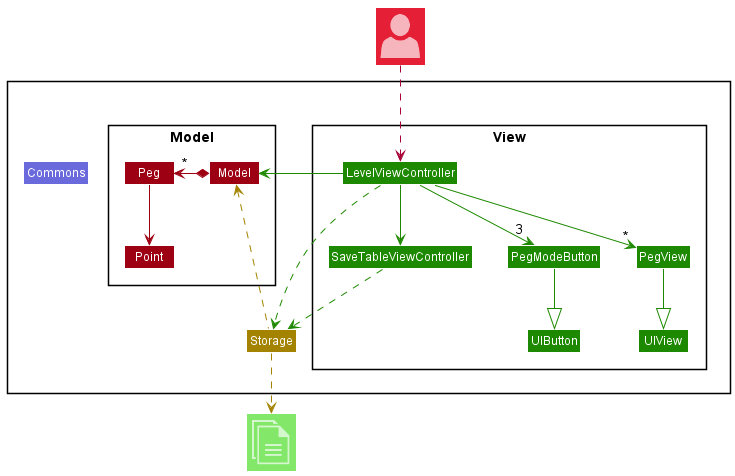
Above: docs/ArchitectureLevel.png in ong-yinggao98/NotPeggle (PlantUML), before the change. Its diagram source:
```plantuml
@startuml
!include <office/Concepts/globe_internet>
!include <office/Concepts/documents>
!include <office/Users/user>
!include style.puml

Package " "<<Rectangle>>{
    Class Storage STORAGE_COLOR
    Class Commons LOGIC_COLOR_T2

    Package View <<rectangle>> {
        class SaveTableViewController UI_COLOR
        class LevelViewController UI_COLOR
                class UIButton UI_COLOR
        class UIView UI_COLOR
        class PegModeButton UI_COLOR
        class PegView UI_COLOR
    }

    Package Model <<rectangle>> {
        class Model MODEL_COLOR
        class Peg MODEL_COLOR
        class Point MODEL_COLOR
    }

}

Class "<$user>" as User MODEL_COLOR_T2
Class "<$documents>" as File UI_COLOR_T1

LevelViewController -down[UI_COLOR]-> "*" PegView
LevelViewController -down[UI_COLOR]-> "3" PegModeButton
LevelViewController -down[UI_COLOR]-> SaveTableViewController

SaveTableViewController .down[UI_COLOR]->Storage
LevelViewController .-down[UI_COLOR]-> Storage
LevelViewController -[UI_COLOR]> Model
PegModeButton -down[UI_COLOR]-|> UIButton
PegView -down[UI_COLOR]-|> UIView

Storage .up[STORAGE_COLOR]->Model

Model *-left[MODEL_COLOR]-> "*" Peg
Peg -down[MODEL_COLOR]-> Point

Storage .down[STORAGE_COLOR].>File
User ..> LevelViewController
@enduml
```
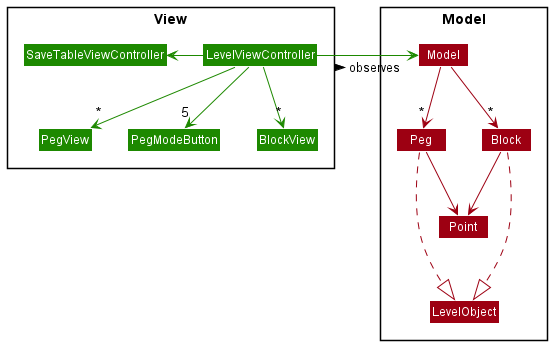
After the change.

Commit message:
Update LevelDesigner architecture diagram

Change to the diagram source:
```diff
@@ -4,45 +4,34 @@
 !include <office/Users/user>
 !include style.puml
 
-Package " "<<Rectangle>>{
-    Class Storage STORAGE_COLOR
-    Class Commons LOGIC_COLOR_T2
-
-    Package View <<rectangle>> {
-        class SaveTableViewController UI_COLOR
-        class LevelViewController UI_COLOR
-                class UIButton UI_COLOR
-        class UIView UI_COLOR
-        class PegModeButton UI_COLOR
-        class PegView UI_COLOR
-    }
-
-    Package Model <<rectangle>> {
-        class Model MODEL_COLOR
-        class Peg MODEL_COLOR
-        class Point MODEL_COLOR
-    }
-
+Package View <<rectangle>> {
+    class LevelViewController UI_COLOR
+    class PegView UI_COLOR
+    class SaveTableViewController UI_COLOR
+    class PegModeButton UI_COLOR
+    class BlockView UI_COLOR
 }
 
-Class "<$user>" as User MODEL_COLOR_T2
-Class "<$documents>" as File UI_COLOR_T1
+Package Model <<rectangle>> {
+    class Model MODEL_COLOR
+    class Peg MODEL_COLOR
+    class LevelObject MODEL_COLOR
+    class Block MODEL_COLOR
+    class Point MODEL_COLOR
+}
+
+LevelViewController -left[UI_COLOR]> SaveTableViewController
 
 LevelViewController -down[UI_COLOR]-> "*" PegView
-LevelViewController -down[UI_COLOR]-> "3" PegModeButton
-LevelViewController -down[UI_COLOR]-> SaveTableViewController
+LevelViewController -down[UI_COLOR]-> "*" BlockView
+LevelViewController -down[UI_COLOR]-> "5" PegModeButton
 
-SaveTableViewController .down[UI_COLOR]->Storage
-LevelViewController .-down[UI_COLOR]-> Storage
-LevelViewController -[UI_COLOR]> Model
-PegModeButton -down[UI_COLOR]-|> UIButton
-PegView -down[UI_COLOR]-|> UIView
+LevelViewController -[UI_COLOR]> Model: observes >
+Model -down[MODEL_COLOR]-> "*" Peg
+Model -down[MODEL_COLOR]-> "*" Block
+Peg .-down[MODEL_COLOR]-|> LevelObject
+Block .-down[MODEL_COLOR]-|> LevelObject
+Peg -[MODEL_COLOR]-> Point
+Block -[MODEL_COLOR]-> Point
 
-Storage .up[STORAGE_COLOR]->Model
-
-Model *-left[MODEL_COLOR]-> "*" Peg
-Peg -down[MODEL_COLOR]-> Point
-
-Storage .down[STORAGE_COLOR].>File
-User ..> LevelViewController
 @enduml
```
